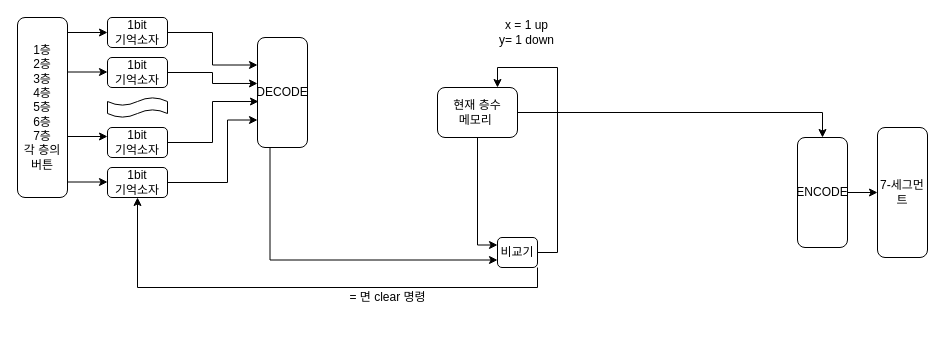
Earlier version of the draw.io diagram 4비트_엘리베이터_논리설계.drawio (CherryPichu/Elevator_Controller). Source tidied: cells renumbered, new cells numbered last; positions are measured from the earlier drawing's top-left corner, leaving out a move shared by most shapes. Both pictures are drawn from the tidied source at 100%, with x=0, y=0 at pixel (17, 17).
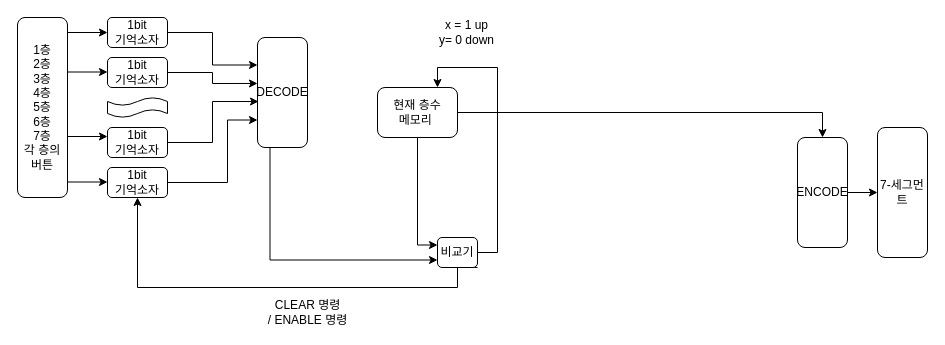
The same page after the edit.

Commit message (it also covers changes not shown here):
Update 4비트_엘리베이터_논리설계.drawio

The change refers to these unchanged cells:
```xml
<mxCell id="19" value="1bit&lt;br&gt;기억소자" style="rounded=1;whiteSpace=wrap;html=1;" parent="1" vertex="1">
  <mxGeometry x="90" y="150" width="60" height="30" as="geometry" />
</mxCell>
```

The edit, as a diff of the source:
```diff
@@
     <mxCell id="4" value="현재 층수 &lt;br&gt;메모리&amp;nbsp;&lt;br&gt;" style="rounded=1;whiteSpace=wrap;html=1;" parent="1" vertex="1">
-      <mxGeometry x="420" y="70" width="80" height="50" as="geometry" />
+      <mxGeometry x="360" y="70" width="80" height="50" as="geometry" />
     </mxCell>
@@
     <mxCell id="6" style="edgeStyle=orthogonalEdgeStyle;rounded=0;jettySize=auto;html=1;exitX=1;exitY=1;exitDx=0;exitDy=0;entryX=0.5;entryY=1;entryDx=0;entryDy=0;entryPerimeter=0;" parent="1" edge="1" source="7" target="19">
-      <mxGeometry relative="1" as="geometry" />
+      <mxGeometry relative="1" as="geometry">
+        <Array as="points">
+          <mxPoint x="440" y="250" />
+          <mxPoint x="440" y="270" />
+          <mxPoint x="120" y="270" />
+        </Array>
+      </mxGeometry>
     </mxCell>
     <mxCell id="7" value="비교기" style="rounded=1;whiteSpace=wrap;html=1;" parent="1" vertex="1">
-      <mxGeometry x="480" y="220" width="40" height="30" as="geometry" />
+      <mxGeometry x="420" y="220" width="40" height="30" as="geometry" />
     </mxCell>
@@
-    <mxCell id="20" value="x = 1 up&lt;br&gt;y= 1 down" style="text;html=1;align=center;verticalAlign=middle;fillColor=none;strokeColor=none;rounded=0;" parent="1" vertex="1">
-      <mxGeometry x="474" width="70" height="30" as="geometry" />
+    <mxCell id="20" value="x = 1 up&lt;br&gt;y= 0 down" style="text;html=1;align=center;verticalAlign=middle;fillColor=none;strokeColor=none;rounded=0;" parent="1" vertex="1">
+      <mxGeometry x="414" width="70" height="30" as="geometry" />
     </mxCell>
-    <mxCell id="21" value="= 면 clear 명령" style="text;html=1;align=center;verticalAlign=middle;fillColor=none;strokeColor=none;rounded=0;" parent="1" vertex="1">
-      <mxGeometry x="325" y="270" width="90" height="20" as="geometry" />
+    <mxCell id="21" value="CLEAR 명령&lt;br&gt;/ ENABLE 명령" style="text;html=1;align=center;verticalAlign=middle;fillColor=none;strokeColor=none;rounded=0;" parent="1" vertex="1">
+      <mxGeometry x="240" y="280" width="100" height="30" as="geometry" />
     </mxCell>
```
